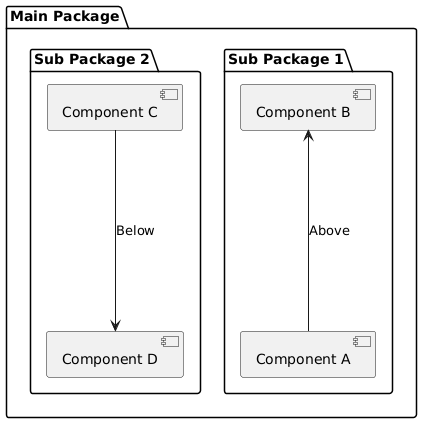
The PlantUML diagram notebooks/py-multi/img/dia-012-gpt-sample.png in dsbox-dems/dve-sample-py, before a commit.
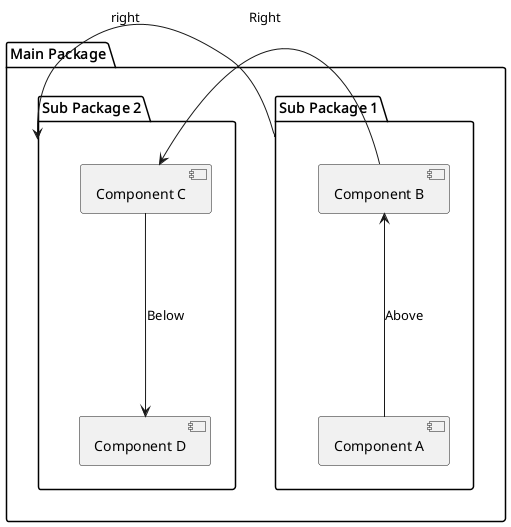
Above is the later version.

Change to the diagram source:
```diff
@@ -12,5 +12,11 @@
 
     [Component A] --u--> [Component B] : "Above"
     [Component C] --d--> [Component D] : "Below"
+
+     [Component B] --r--> [Component C] : "Right"
+
+   "Sub Package 1" --r--> "Sub Package 2" : "right"
+
+
 }
 @enduml
```
